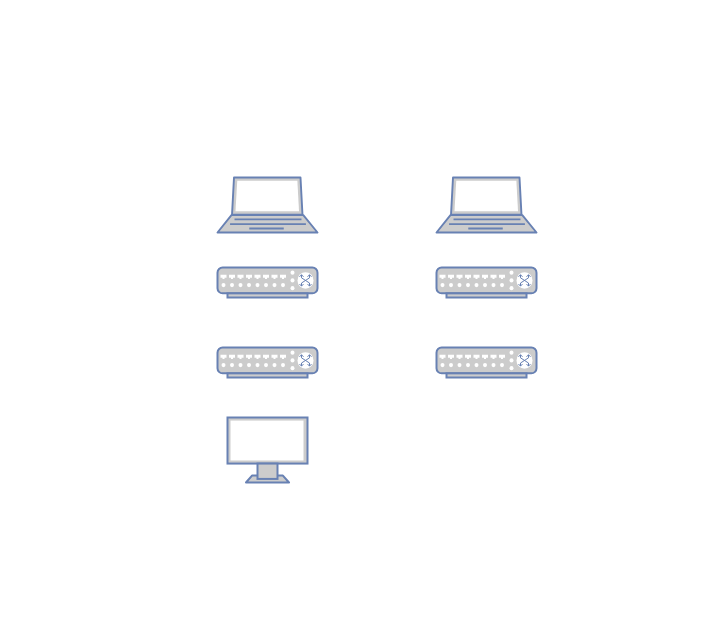
Above: tp 01.drawio in Nrspinto/4ITGP-01 (draw.io), before the change. Source tidied: cells renumbered, new cells numbered last; positions are measured from the earlier drawing's top-left corner, leaving out a move shared by most shapes. Both pictures are drawn from the tidied source at 100%, with x=0, y=0 at pixel (217, 177).
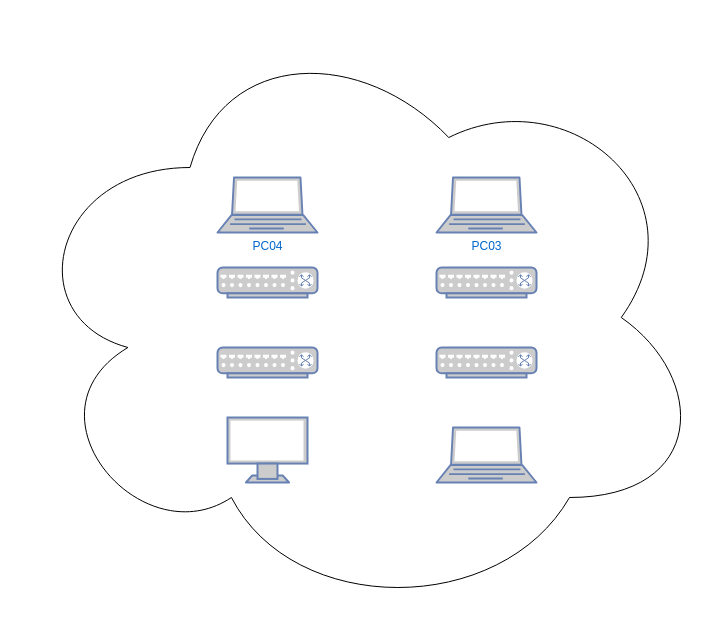
After the change.

Commit message (it also covers changes not shown here):
Mettre à jour tp 01.drawio

Diff of the diagram source:
```diff
@@
 <mxGraphModel>
   <root>
     <mxCell id="0" />
     <mxCell id="1" parent="0" />
+    <mxCell id="9" style="ellipse;shape=cloud;whiteSpace=wrap;html=1;" parent="1" vertex="1">
+      <mxGeometry x="-200" y="-160" width="690" height="600" as="geometry" />
+    </mxCell>
     <mxCell id="2" style="fontColor=#0066CC;verticalAlign=top;verticalLabelPosition=bottom;labelPosition=center;align=center;html=1;fillColor=#CCCCCC;strokeColor=#6881B3;gradientColor=none;gradientDirection=north;strokeWidth=2;shape=mxgraph.networks.switch;" parent="1" vertex="1">
       <mxGeometry y="90" width="100" height="30" as="geometry" />
     </mxCell>
     <mxCell id="3" style="fontColor=#0066CC;verticalAlign=top;verticalLabelPosition=bottom;labelPosition=center;align=center;html=1;fillColor=#CCCCCC;strokeColor=#6881B3;gradientColor=none;gradientDirection=north;strokeWidth=2;shape=mxgraph.networks.switch;" parent="1" vertex="1">
       <mxGeometry y="170" width="100" height="30" as="geometry" />
     </mxCell>
     <mxCell id="4" style="fontColor=#0066CC;verticalAlign=top;verticalLabelPosition=bottom;labelPosition=center;align=center;html=1;fillColor=#CCCCCC;strokeColor=#6881B3;gradientColor=none;gradientDirection=north;strokeWidth=2;shape=mxgraph.networks.switch;" parent="1" vertex="1">
       <mxGeometry x="219" y="90" width="100" height="30" as="geometry" />
     </mxCell>
     <mxCell id="5" style="fontColor=#0066CC;verticalAlign=top;verticalLabelPosition=bottom;labelPosition=center;align=center;html=1;fillColor=#CCCCCC;strokeColor=#6881B3;gradientColor=none;gradientDirection=north;strokeWidth=2;shape=mxgraph.networks.switch;" parent="1" vertex="1">
       <mxGeometry x="219" y="170" width="100" height="30" as="geometry" />
     </mxCell>
-    <mxCell id="6" style="fontColor=#0066CC;verticalAlign=top;verticalLabelPosition=bottom;labelPosition=center;align=center;html=1;fillColor=#CCCCCC;strokeColor=#6881B3;gradientColor=none;gradientDirection=north;strokeWidth=2;shape=mxgraph.networks.laptop;" parent="1" vertex="1">
+    <mxCell id="6" value="PC04" style="fontColor=#0066CC;verticalAlign=top;verticalLabelPosition=bottom;labelPosition=center;align=center;html=1;fillColor=#CCCCCC;strokeColor=#6881B3;gradientColor=none;gradientDirection=north;strokeWidth=2;shape=mxgraph.networks.laptop;" parent="1" vertex="1">
       <mxGeometry width="100" height="55" as="geometry" />
     </mxCell>
-    <mxCell id="7" style="fontColor=#0066CC;verticalAlign=top;verticalLabelPosition=bottom;labelPosition=center;align=center;html=1;fillColor=#CCCCCC;strokeColor=#6881B3;gradientColor=none;gradientDirection=north;strokeWidth=2;shape=mxgraph.networks.laptop;" parent="1" vertex="1">
+    <mxCell id="7" value="PC03" style="fontColor=#0066CC;verticalAlign=top;verticalLabelPosition=bottom;labelPosition=center;align=center;html=1;fillColor=#CCCCCC;strokeColor=#6881B3;gradientColor=none;gradientDirection=north;strokeWidth=2;shape=mxgraph.networks.laptop;" parent="1" vertex="1">
       <mxGeometry x="219" width="100" height="55" as="geometry" />
     </mxCell>
     <mxCell id="8" style="fontColor=#0066CC;verticalAlign=top;verticalLabelPosition=bottom;labelPosition=center;align=center;html=1;fillColor=#CCCCCC;strokeColor=#6881B3;gradientColor=none;gradientDirection=north;strokeWidth=2;shape=mxgraph.networks.monitor;" parent="1" vertex="1">
       <mxGeometry x="10" y="240" width="80" height="65" as="geometry" />
     </mxCell>
+    <mxCell id="10" style="fontColor=#0066CC;verticalAlign=top;verticalLabelPosition=bottom;labelPosition=center;align=center;html=1;fillColor=#CCCCCC;strokeColor=#6881B3;gradientColor=none;gradientDirection=north;strokeWidth=2;shape=mxgraph.networks.laptop;" parent="1" vertex="1">
+      <mxGeometry x="219" y="250" width="100" height="55" as="geometry" />
+    </mxCell>
   </root>
 </mxGraphModel>
```
